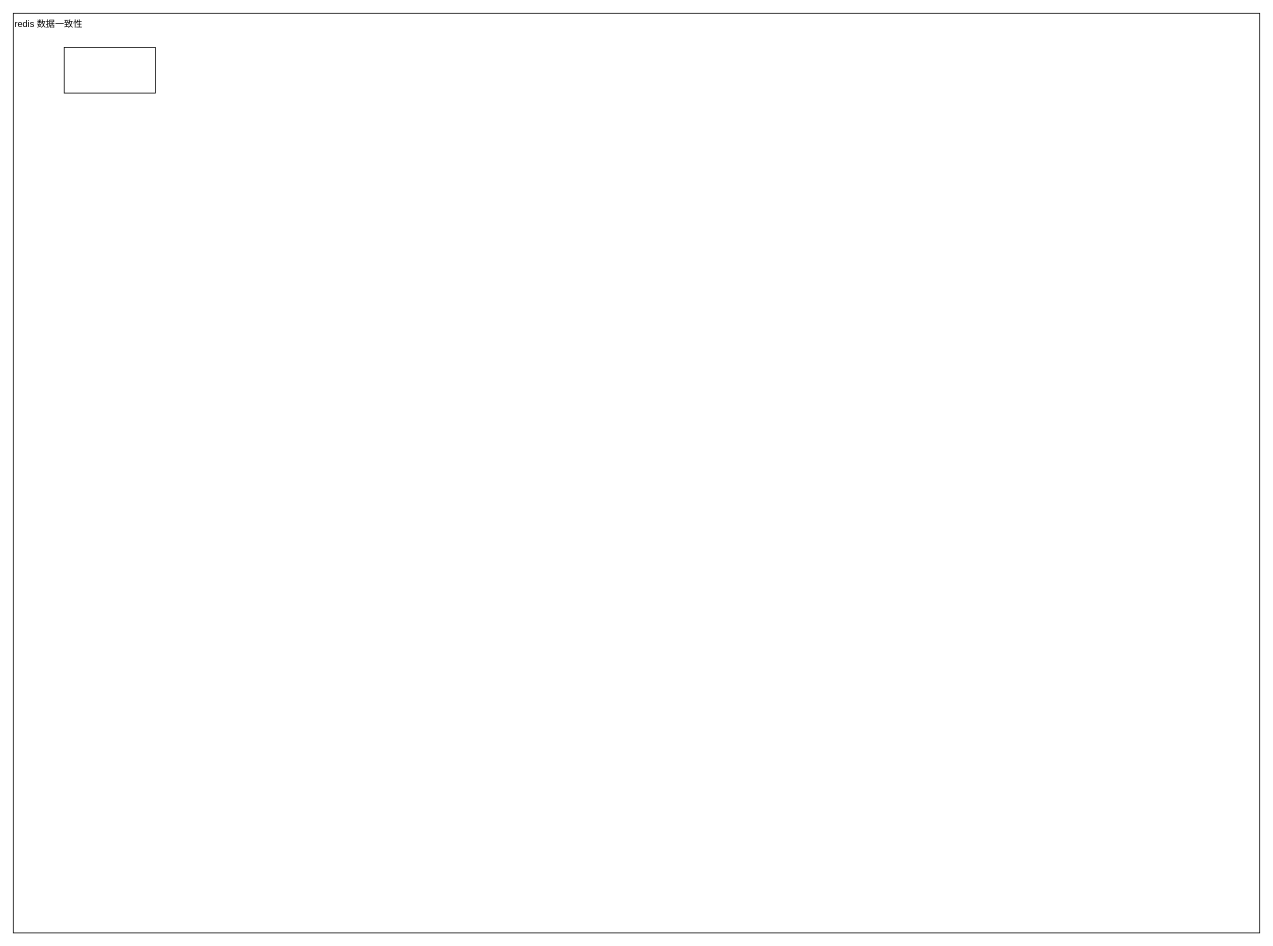
vic868/Deliberate keeps this draw.io diagram as page "第 13 页" (13 of 13) of 2-redis/Redis-架构与面试.drawio. Above is the earlier version. Source tidied: cells renumbered, new cells numbered last; positions are measured from the earlier drawing's top-left corner, leaving out a move shared by most shapes. Both pictures are drawn from the tidied source at 76%, with x=0, y=0 at pixel (13, 13).
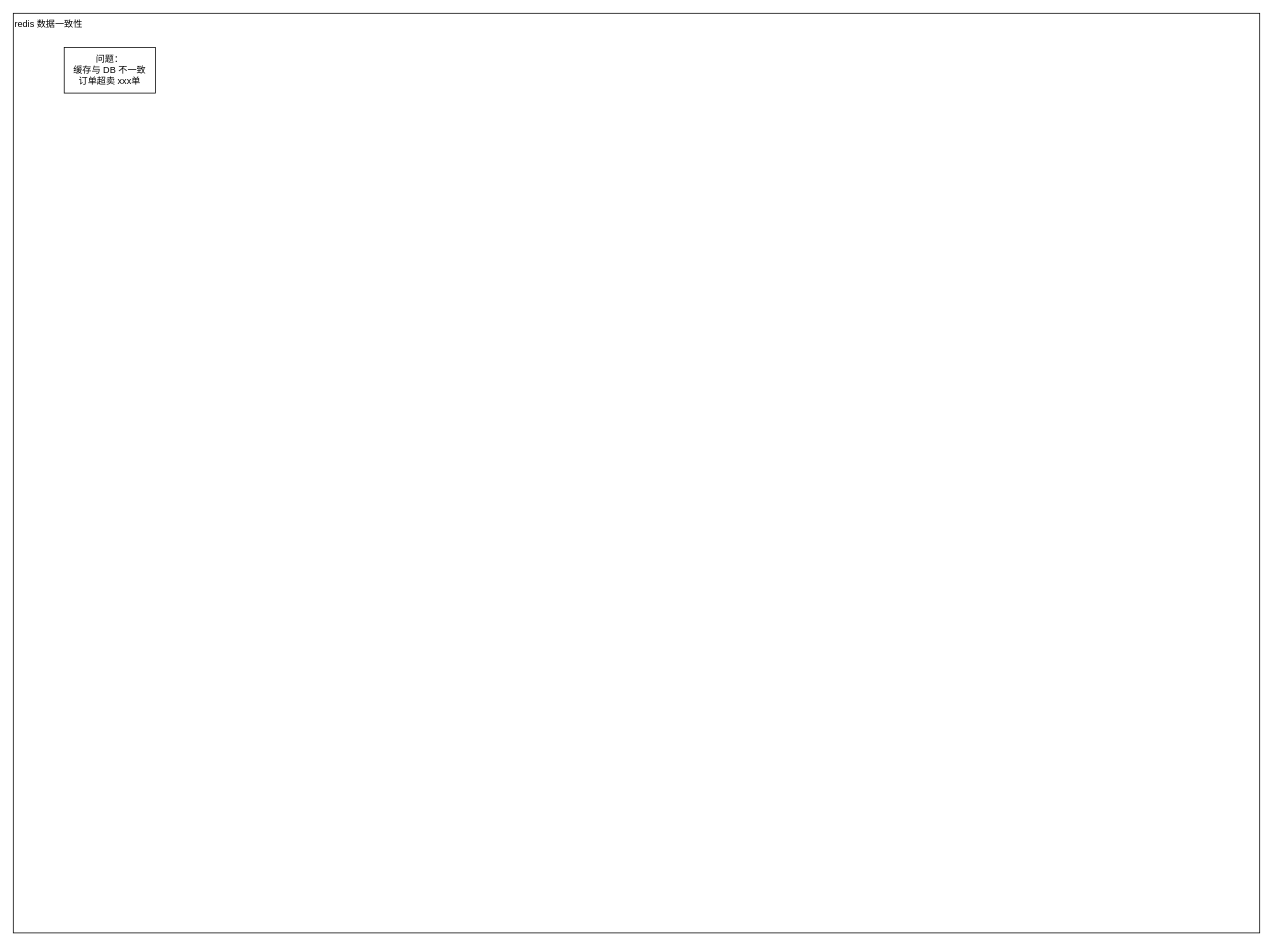
The same diagram, later.

Commit message:
vault backup: 2026-10-24 13:33:03

Change to the diagram source:
```diff
@@
 <mxGraphModel>
   <root>
     <mxCell id="0" />
     <mxCell id="1" parent="0" />
     <mxCell id="2" value="redis 数据一致性" style="rounded=0;whiteSpace=wrap;html=1;align=left;verticalAlign=top;" parent="1" vertex="1">
       <mxGeometry width="1640" height="1210" as="geometry" />
     </mxCell>
-    <mxCell id="3" style="rounded=0;whiteSpace=wrap;html=1;" parent="1" vertex="1">
+    <mxCell id="3" value="问题：&lt;div&gt;缓存与 DB 不一致&lt;/div&gt;&lt;div&gt;订单超卖 xxx单&lt;/div&gt;" style="rounded=0;whiteSpace=wrap;html=1;" parent="1" vertex="1">
       <mxGeometry x="67" y="45" width="120" height="60" as="geometry" />
     </mxCell>
   </root>
 </mxGraphModel>
```
